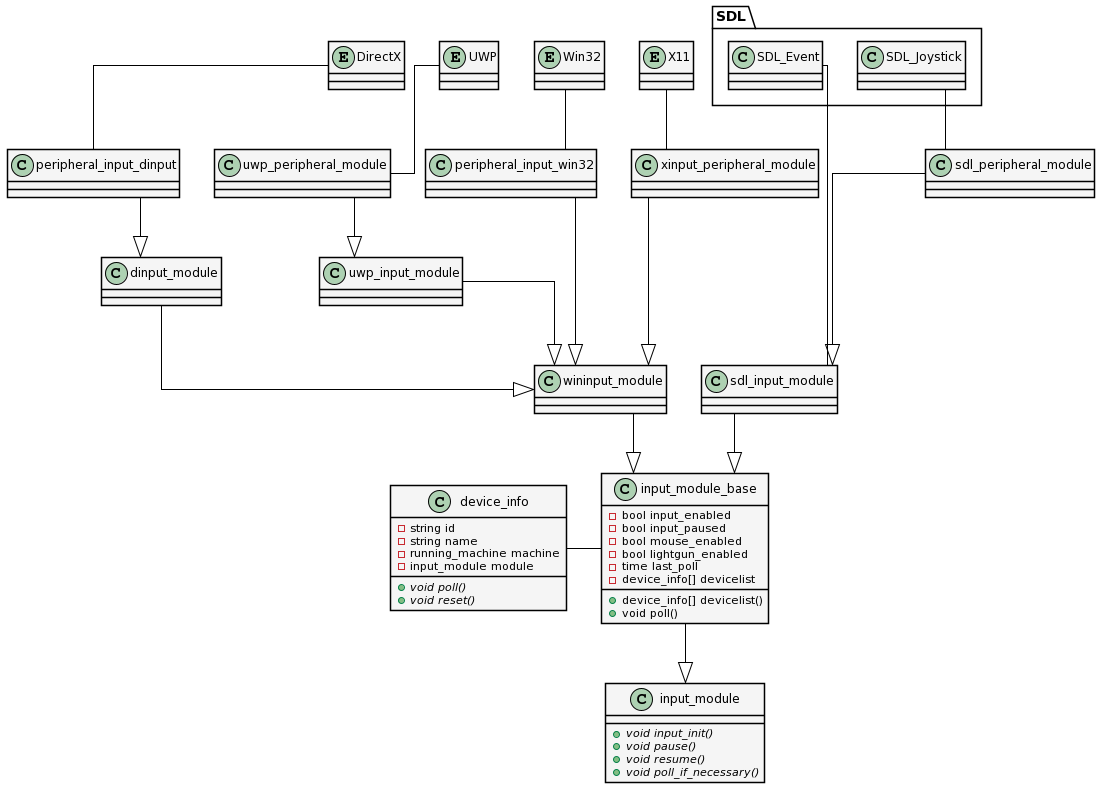
Above: Streaming/Tesi/immagini/class_input_module.png in mikymaione/MAMEStreamingPlatform (PlantUML), before the change. Its source is kept beside it as Streaming/UML/class_input_module.puml.
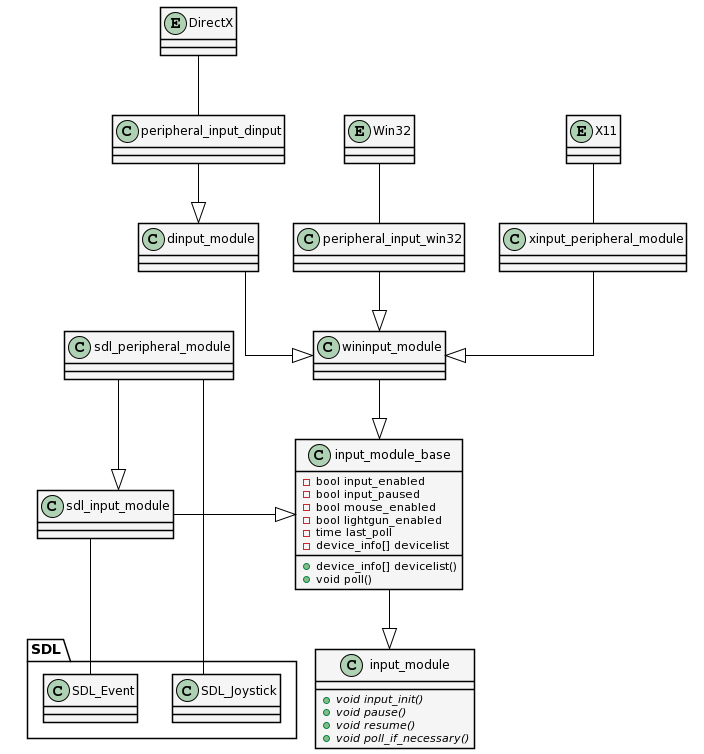
Above is the later version.

What changed in the source:
```diff
@@ -8,21 +8,14 @@
     BorderColor black
 }
 
-together {
-	entity X11
-	entity Win32
-	entity UWP
-	entity DirectX
 
-	package SDL {
-		class SDL_Joystick
-		class SDL_Event
-	}
-}
+entity X11
+entity Win32
+entity DirectX
 
-together {
-	class wininput_module
-	class sdl_input_module
+package SDL {
+	class SDL_Joystick
+	class SDL_Event
 }
 
 class input_module {
@@ -44,35 +37,20 @@
 	+void poll()
 }
 
-class device_info {
-	-string id
-	-string name
-	-running_machine machine
-	-input_module module
-	{abstract} +void poll()
-	{abstract} +void reset()
-}
+input_module_base --|> input_module
 
-device_info -r- input_module_base
+wininput_module --|> input_module_base
 
-input_module_base -d-|> input_module
-
-wininput_module -d-|> input_module_base
-
-dinput_module -d-|> wininput_module
+dinput_module --|> wininput_module
 
 peripheral_input_dinput --|> dinput_module
 
-sdl_peripheral_module -u- SDL_Joystick
-sdl_input_module -u- SDL_Event
+sdl_peripheral_module -- SDL_Joystick
+sdl_input_module -- SDL_Event
 
-sdl_input_module --|> input_module_base
+sdl_input_module -r-|> input_module_base
 
 sdl_peripheral_module --|> sdl_input_module
-
-uwp_input_module --|> wininput_module
-
-uwp_peripheral_module --|> uwp_input_module
 
 peripheral_input_win32 --|> wininput_module
 
@@ -81,7 +59,5 @@
 
 xinput_peripheral_module -u- X11
 peripheral_input_win32 -u- Win32
-uwp_peripheral_module -u- UWP
 peripheral_input_dinput -u- DirectX
-
 @enduml
```
